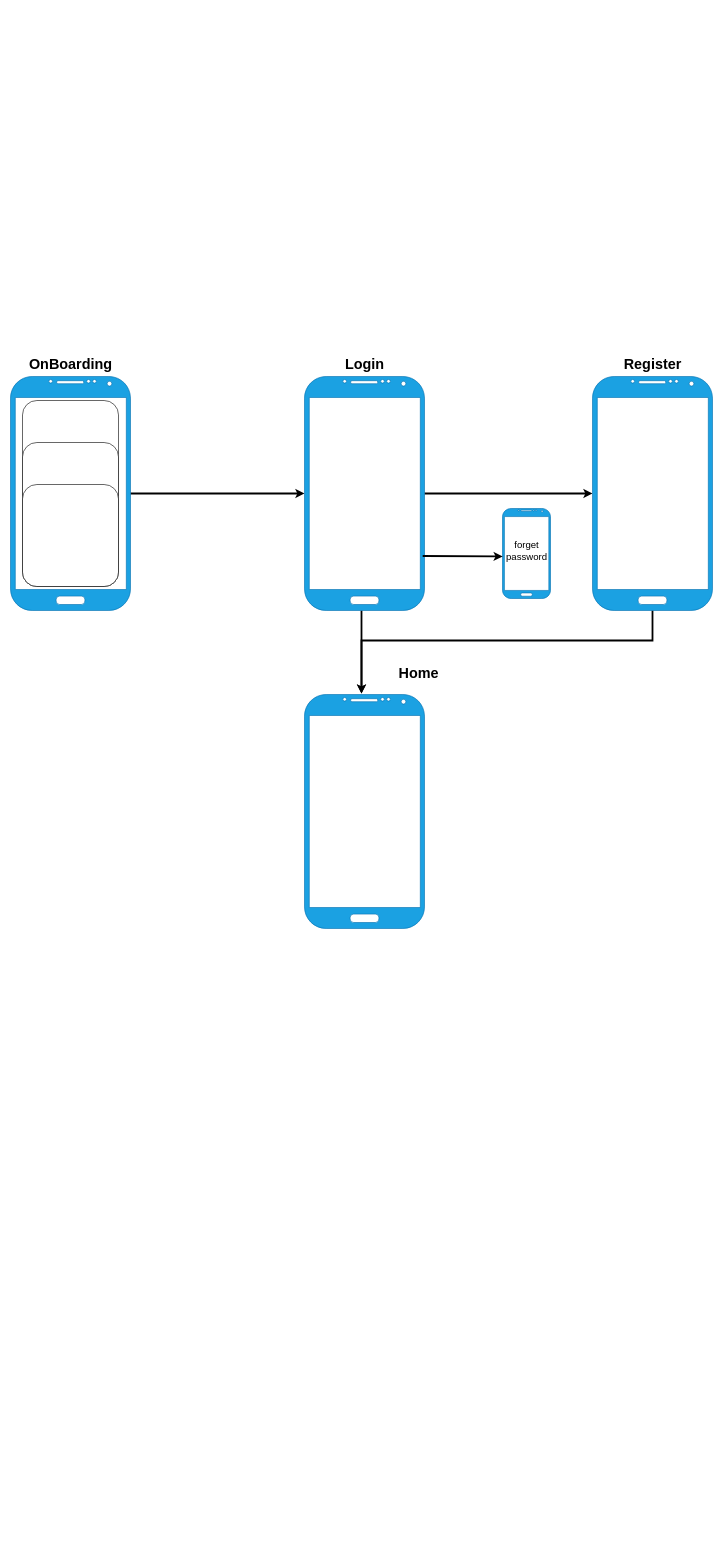
nezarab404/PL_project keeps this draw.io diagram as project.drawio. Above is the earlier version. Source tidied: cells renumbered, new cells numbered last; positions are measured from the earlier drawing's top-left corner, leaving out a move shared by most shapes. Both pictures are drawn from the tidied source at 60%, with x=0, y=0 at pixel (10, 355).
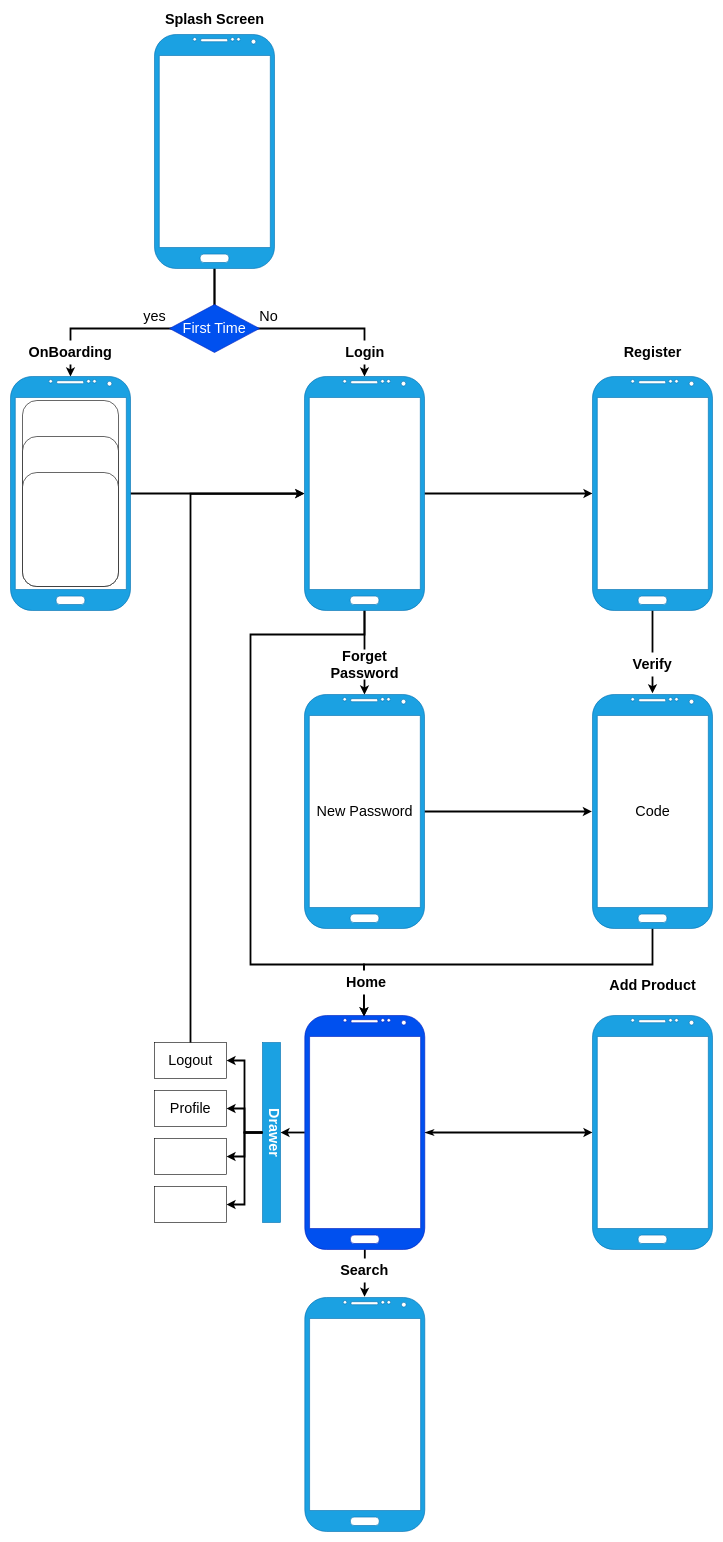
Above is the later version.

Commit message:
finishing first level

The edit, as a diff of the source:
```diff
@@
-    <mxCell id="2" style="edgeStyle=orthogonalEdgeStyle;rounded=0;jettySize=auto;html=1;fontSize=16;strokeWidth=3;" parent="1" edge="1" source="3" target="10">
+    <mxCell id="2" style="edgeStyle=orthogonalEdgeStyle;jettySize=auto;html=1;fontSize=16;strokeWidth=3;rounded=0;" parent="1" edge="1" source="3" target="10">
       <mxGeometry relative="1" as="geometry" />
     </mxCell>
+    <mxCell id="20" style="edgeStyle=orthogonalEdgeStyle;jettySize=auto;html=1;fontSize=24;startArrow=classic;startFill=1;endArrow=none;endFill=0;strokeWidth=3;rounded=0;" parent="1" edge="1" source="3" target="49">
+      <mxGeometry relative="1" as="geometry">
+        <Array as="points">
+          <mxPoint x="100" y="-45" />
+          <mxPoint x="340" y="-45" />
+        </Array>
+      </mxGeometry>
+    </mxCell>
-    <mxCell id="3" style="verticalLabelPosition=bottom;verticalAlign=top;html=1;shadow=0;dashed=0;strokeWidth=1;shape=mxgraph.android.phone2;strokeColor=#006EAF;fillColor=#1ba1e2;fontColor=#ffffff;" parent="1" vertex="1">
+    <mxCell id="3" style="verticalLabelPosition=bottom;verticalAlign=top;html=1;shadow=0;dashed=0;strokeWidth=1;shape=mxgraph.android.phone2;strokeColor=#006EAF;fillColor=#1ba1e2;fontColor=#ffffff;rounded=0;" parent="1" vertex="1">
       <mxGeometry y="35" width="200" height="390" as="geometry" />
     </mxCell>
-    <mxCell id="4" value="&lt;font style=&quot;font-size: 24px&quot;&gt;&lt;b&gt;OnBoarding&lt;/b&gt;&lt;/font&gt;" style="text;html=1;align=center;verticalAlign=middle;strokeColor=none;fillColor=none;" parent="1" vertex="1">
-      <mxGeometry x="25" y="5" width="150" height="20" as="geometry" />
-    </mxCell>
-    <mxCell id="5" style="rounded=1;whiteSpace=wrap;html=1;fontSize=16;" parent="1" vertex="1">
+    <mxCell id="5" style="whiteSpace=wrap;html=1;fontSize=16;rounded=1;" parent="1" vertex="1">
       <mxGeometry x="20" y="75" width="160" height="310" as="geometry" />
     </mxCell>
-    <mxCell id="6" style="rounded=1;whiteSpace=wrap;html=1;fontSize=16;" parent="1" vertex="1">
-      <mxGeometry x="20" y="145" width="160" height="240" as="geometry" />
+    <mxCell id="6" style="whiteSpace=wrap;html=1;fontSize=16;rounded=1;" parent="1" vertex="1">
+      <mxGeometry x="20" y="135" width="160" height="250" as="geometry" />
     </mxCell>
-    <mxCell id="7" style="rounded=1;whiteSpace=wrap;html=1;fontSize=16;" parent="1" vertex="1">
-      <mxGeometry x="20" y="215" width="160" height="170" as="geometry" />
+    <mxCell id="7" style="whiteSpace=wrap;html=1;fontSize=16;rounded=1;" parent="1" vertex="1">
+      <mxGeometry x="20" y="195" width="160" height="190" as="geometry" />
     </mxCell>
-    <mxCell id="8" style="edgeStyle=orthogonalEdgeStyle;rounded=0;jettySize=auto;html=1;fontSize=16;strokeWidth=3;" parent="1" edge="1" source="10" target="13">
+    <mxCell id="8" style="edgeStyle=orthogonalEdgeStyle;jettySize=auto;html=1;fontSize=16;strokeWidth=3;rounded=0;" parent="1" edge="1" source="10" target="13">
       <mxGeometry relative="1" as="geometry" />
     </mxCell>
+    <mxCell id="21" style="edgeStyle=orthogonalEdgeStyle;jettySize=auto;html=1;entryX=0.5;entryY=0;entryDx=0;entryDy=0;entryPerimeter=0;fontSize=24;strokeWidth=3;rounded=0;" parent="1" edge="1" source="10" target="33">
+      <mxGeometry relative="1" as="geometry" />
+    </mxCell>
-    <mxCell id="9" style="edgeStyle=orthogonalEdgeStyle;rounded=0;jettySize=auto;html=1;entryX=0.475;entryY=-0.004;entryDx=0;entryDy=0;entryPerimeter=0;fontSize=24;strokeWidth=3;" parent="1" edge="1" source="10" target="15">
+    <mxCell id="9" style="edgeStyle=orthogonalEdgeStyle;jettySize=auto;html=1;fontSize=24;startArrow=none;startFill=0;endArrow=classic;endFill=1;strokeWidth=3;entryX=0.494;entryY=0.004;entryDx=0;entryDy=0;entryPerimeter=0;rounded=0;" parent="1" edge="1" source="10" target="15">
       <mxGeometry relative="1" as="geometry">
         <Array as="points">
-          <mxPoint x="585" y="445" />
-          <mxPoint x="585" y="445" />
+          <mxPoint x="590" y="465" />
+          <mxPoint x="400" y="465" />
+          <mxPoint x="400" y="1015" />
+          <mxPoint x="589" y="1015" />
+          <mxPoint x="589" y="1085" />
+          <mxPoint x="589" y="1085" />
         </Array>
       </mxGeometry>
     </mxCell>
+    <mxCell id="22" style="edgeStyle=orthogonalEdgeStyle;jettySize=auto;html=1;fontSize=24;startArrow=classic;startFill=1;endArrow=none;endFill=0;strokeWidth=3;rounded=0;" parent="1" edge="1" source="10">
+      <mxGeometry relative="1" as="geometry">
+        <mxPoint x="340" y="-145" as="targetPoint" />
+        <Array as="points">
+          <mxPoint x="590" y="-45" />
+          <mxPoint x="340" y="-45" />
+        </Array>
+      </mxGeometry>
+    </mxCell>
-    <mxCell id="10" style="verticalLabelPosition=bottom;verticalAlign=top;html=1;shadow=0;dashed=0;strokeWidth=1;shape=mxgraph.android.phone2;strokeColor=#006EAF;fillColor=#1ba1e2;fontColor=#ffffff;" parent="1" vertex="1">
+    <mxCell id="10" style="verticalLabelPosition=bottom;verticalAlign=top;html=1;shadow=0;dashed=0;strokeWidth=1;shape=mxgraph.android.phone2;strokeColor=#006EAF;fillColor=#1ba1e2;fontColor=#ffffff;rounded=0;" parent="1" vertex="1">
       <mxGeometry x="490" y="35" width="200" height="390" as="geometry" />
     </mxCell>
-    <mxCell id="11" value="&lt;font style=&quot;font-size: 24px&quot;&gt;&lt;b&gt;Login&lt;/b&gt;&lt;/font&gt;" style="text;html=1;align=center;verticalAlign=middle;strokeColor=none;fillColor=none;fontSize=16;" parent="1" vertex="1">
-      <mxGeometry x="550" width="80" height="30" as="geometry" />
-    </mxCell>
-    <mxCell id="12" style="edgeStyle=orthogonalEdgeStyle;rounded=0;jettySize=auto;html=1;entryX=0.475;entryY=-0.004;entryDx=0;entryDy=0;entryPerimeter=0;fontSize=24;strokeWidth=3;" parent="1" edge="1" source="13" target="15">
-      <mxGeometry relative="1" as="geometry">
-        <Array as="points">
-          <mxPoint x="1070" y="475" />
-          <mxPoint x="585" y="475" />
-        </Array>
-      </mxGeometry>
-    </mxCell>
+    <mxCell id="23" style="edgeStyle=orthogonalEdgeStyle;jettySize=auto;html=1;strokeWidth=3;rounded=0;" parent="1" edge="1" source="13">
+      <mxGeometry relative="1" as="geometry">
+        <mxPoint x="1070" y="563" as="targetPoint" />
+        <Array as="points">
+          <mxPoint x="1070" y="515" />
+          <mxPoint x="1070" y="515" />
+        </Array>
+      </mxGeometry>
+    </mxCell>
-    <mxCell id="13" style="verticalLabelPosition=bottom;verticalAlign=top;html=1;shadow=0;dashed=0;strokeWidth=1;shape=mxgraph.android.phone2;strokeColor=#006EAF;fillColor=#1ba1e2;fontColor=#ffffff;" parent="1" vertex="1">
+    <mxCell id="13" style="verticalLabelPosition=bottom;verticalAlign=top;html=1;shadow=0;dashed=0;strokeWidth=1;shape=mxgraph.android.phone2;strokeColor=#006EAF;fillColor=#1ba1e2;fontColor=#ffffff;rounded=0;" parent="1" vertex="1">
       <mxGeometry x="970" y="35" width="200" height="390" as="geometry" />
     </mxCell>
-    <mxCell id="14" value="&lt;font style=&quot;font-size: 24px&quot;&gt;&lt;b&gt;Register&lt;/b&gt;&lt;/font&gt;" style="text;html=1;align=center;verticalAlign=middle;strokeColor=none;fillColor=none;fontSize=16;" parent="1" vertex="1">
-      <mxGeometry x="1015" width="110" height="30" as="geometry" />
+    <mxCell id="14" value="&lt;font style=&quot;font-size: 24px&quot;&gt;&lt;b&gt;Register&lt;/b&gt;&lt;/font&gt;" style="text;html=1;align=center;verticalAlign=middle;strokeColor=none;fillColor=none;fontSize=16;rounded=0;" parent="1" vertex="1">
+      <mxGeometry x="1015" y="-20" width="110" height="30" as="geometry" />
     </mxCell>
+    <mxCell id="24" style="edgeStyle=orthogonalEdgeStyle;jettySize=auto;html=1;fontSize=24;strokeWidth=3;startArrow=classicThin;startFill=0;rounded=0;" parent="1" edge="1" source="15" target="27">
+      <mxGeometry relative="1" as="geometry" />
+    </mxCell>
+    <mxCell id="25" style="edgeStyle=orthogonalEdgeStyle;jettySize=auto;html=1;fontSize=24;startArrow=none;startFill=0;strokeWidth=3;rounded=0;" parent="1" edge="1" source="15" target="37">
+      <mxGeometry relative="1" as="geometry" />
+    </mxCell>
+    <mxCell id="26" style="edgeStyle=orthogonalEdgeStyle;jettySize=auto;html=1;entryX=0.498;entryY=-0.003;entryDx=0;entryDy=0;entryPerimeter=0;fontSize=24;startArrow=none;startFill=0;endArrow=classic;endFill=1;strokeWidth=3;rounded=0;" parent="1" edge="1" source="15" target="47">
+      <mxGeometry relative="1" as="geometry" />
+    </mxCell>
-    <mxCell id="15" style="verticalLabelPosition=bottom;verticalAlign=top;html=1;shadow=0;dashed=0;strokeWidth=1;shape=mxgraph.android.phone2;strokeColor=#006EAF;fillColor=#1ba1e2;fontColor=#ffffff;" parent="1" vertex="1">
-      <mxGeometry x="490" y="565" width="200" height="390" as="geometry" />
+    <mxCell id="15" style="verticalLabelPosition=bottom;verticalAlign=top;html=1;shadow=0;dashed=0;strokeWidth=1;shape=mxgraph.android.phone2;strokeColor=#001DBC;fillColor=#0050ef;fontColor=#ffffff;rounded=0;" parent="1" vertex="1">
+      <mxGeometry x="490.5" y="1100" width="200" height="390" as="geometry" />
     </mxCell>
+    <mxCell id="27" style="verticalLabelPosition=bottom;verticalAlign=top;html=1;shadow=0;dashed=0;strokeWidth=1;shape=mxgraph.android.phone2;strokeColor=#006EAF;fillColor=#1ba1e2;fontColor=#ffffff;rounded=0;" parent="1" vertex="1">
+      <mxGeometry x="970" y="1100" width="200" height="390" as="geometry" />
+    </mxCell>
+    <mxCell id="28" value="&lt;b&gt;Add Product&lt;/b&gt;" style="text;html=1;align=center;verticalAlign=middle;strokeColor=none;fillColor=none;fontSize=24;rounded=0;" parent="1" vertex="1">
+      <mxGeometry x="990" y="1035" width="160" height="30" as="geometry" />
+    </mxCell>
+    <mxCell id="29" style="edgeStyle=orthogonalEdgeStyle;jettySize=auto;html=1;entryX=0.493;entryY=0.004;entryDx=0;entryDy=0;entryPerimeter=0;fontSize=24;strokeWidth=3;rounded=0;" parent="1" edge="1" source="30" target="15">
+      <mxGeometry relative="1" as="geometry">
+        <Array as="points">
+          <mxPoint x="1070" y="1015" />
+          <mxPoint x="589" y="1015" />
+        </Array>
+      </mxGeometry>
+    </mxCell>
+    <mxCell id="30" style="verticalLabelPosition=bottom;verticalAlign=top;html=1;shadow=0;dashed=0;strokeWidth=1;shape=mxgraph.android.phone2;strokeColor=#006EAF;fillColor=#1ba1e2;fontColor=#ffffff;rounded=0;" parent="1" vertex="1">
+      <mxGeometry x="970" y="565" width="200" height="390" as="geometry" />
+    </mxCell>
+    <mxCell id="31" value="&lt;font style=&quot;font-size: 24px&quot;&gt;&lt;b&gt;Verify&lt;/b&gt;&lt;/font&gt;" style="whiteSpace=wrap;html=1;strokeColor=none;rounded=0;" parent="1" vertex="1">
+      <mxGeometry x="1020" y="495" width="100" height="40" as="geometry" />
+    </mxCell>
+    <mxCell id="32" style="edgeStyle=orthogonalEdgeStyle;jettySize=auto;html=1;entryX=-0.005;entryY=0.5;entryDx=0;entryDy=0;entryPerimeter=0;fontSize=24;strokeWidth=3;rounded=0;" parent="1" edge="1" source="33" target="30">
+      <mxGeometry relative="1" as="geometry" />
+    </mxCell>
+    <mxCell id="33" style="verticalLabelPosition=bottom;verticalAlign=top;html=1;shadow=0;dashed=0;strokeWidth=1;shape=mxgraph.android.phone2;strokeColor=#006EAF;fillColor=#1ba1e2;fontColor=#ffffff;rounded=0;" parent="1" vertex="1">
+      <mxGeometry x="490" y="565" width="200" height="390" as="geometry" />
+    </mxCell>
+    <mxCell id="34" value="&lt;b&gt;Forget Password&lt;/b&gt;" style="whiteSpace=wrap;html=1;fontSize=24;strokeColor=none;rounded=0;" parent="1" vertex="1">
+      <mxGeometry x="533" y="490" width="115" height="50" as="geometry" />
+    </mxCell>
-    <mxCell id="16" value="&lt;font style=&quot;font-size: 24px&quot;&gt;&lt;b&gt;Home&lt;/b&gt;&lt;/font&gt;" style="text;html=1;align=center;verticalAlign=middle;strokeColor=none;fillColor=none;fontSize=16;" parent="1" vertex="1">
-      <mxGeometry x="640" y="515" width="80" height="30" as="geometry" />
+    <mxCell id="16" value="&lt;b&gt;Home&lt;/b&gt;" style="whiteSpace=wrap;html=1;fontSize=24;strokeColor=none;rounded=0;" parent="1" vertex="1">
+      <mxGeometry x="538" y="1025" width="110" height="40" as="geometry" />
     </mxCell>
-    <mxCell id="17" style="verticalLabelPosition=bottom;verticalAlign=top;html=1;shadow=0;dashed=0;strokeWidth=1;shape=mxgraph.android.phone2;strokeColor=#006EAF;fillColor=#1ba1e2;fontColor=#ffffff;" parent="1" vertex="1">
-      <mxGeometry x="820" y="255" width="80" height="150" as="geometry" />
-    </mxCell>
-    <mxCell id="18" value="forget &lt;br&gt;password" style="text;html=1;align=center;verticalAlign=middle;points=[];strokeColor=none;fillColor=none;fontSize=16;" parent="1" vertex="1">
-      <mxGeometry x="820" y="305" width="80" height="40" as="geometry" />
-    </mxCell>
-    <mxCell id="19" style="endArrow=classic;html=1;rounded=0;fontSize=24;strokeWidth=3;exitX=0.985;exitY=0.767;exitDx=0;exitDy=0;exitPerimeter=0;entryX=0.004;entryY=0.746;entryDx=0;entryDy=0;entryPerimeter=0;" parent="1" edge="1" source="10" target="18">
-      <mxGeometry relative="1" as="geometry" />
-    </mxCell>
+    <mxCell id="35" value="New Password" style="text;html=1;align=center;verticalAlign=middle;strokeColor=none;fillColor=none;fontSize=24;rounded=0;" parent="1" vertex="1">
+      <mxGeometry x="500" y="745" width="180" height="30" as="geometry" />
+    </mxCell>
+    <mxCell id="36" value="Code" style="text;html=1;align=center;verticalAlign=middle;strokeColor=none;fillColor=none;fontSize=24;rounded=0;" parent="1" vertex="1">
+      <mxGeometry x="1035" y="745" width="70" height="30" as="geometry" />
+    </mxCell>
+    <mxCell id="37" style="whiteSpace=wrap;html=1;shadow=0;dashed=0;fontColor=#ffffff;verticalAlign=top;strokeColor=#006EAF;strokeWidth=1;fillColor=#1ba1e2;rounded=0;" parent="1" vertex="1">
+      <mxGeometry x="420" y="1145" width="30" height="300" as="geometry" />
+    </mxCell>
+    <mxCell id="38" style="edgeStyle=orthogonalEdgeStyle;jettySize=auto;html=1;fontSize=24;startArrow=classic;startFill=1;strokeWidth=3;endArrow=none;endFill=0;rounded=0;" parent="1" edge="1" source="39" target="37">
+      <mxGeometry relative="1" as="geometry" />
+    </mxCell>
+    <mxCell id="39" value="Logout" style="whiteSpace=wrap;html=1;fontSize=24;rounded=0;" parent="1" vertex="1">
+      <mxGeometry x="240" y="1145" width="120" height="60" as="geometry" />
+    </mxCell>
+    <mxCell id="40" style="edgeStyle=orthogonalEdgeStyle;jettySize=auto;html=1;entryX=0;entryY=0.5;entryDx=0;entryDy=0;fontSize=24;startArrow=classic;startFill=1;endArrow=none;endFill=0;strokeWidth=3;rounded=0;" parent="1" edge="1" source="41" target="37">
+      <mxGeometry relative="1" as="geometry" />
+    </mxCell>
+    <mxCell id="41" value="Profile" style="whiteSpace=wrap;html=1;fontSize=24;rounded=0;" parent="1" vertex="1">
+      <mxGeometry x="240" y="1225" width="120" height="60" as="geometry" />
+    </mxCell>
+    <mxCell id="42" style="edgeStyle=orthogonalEdgeStyle;jettySize=auto;html=1;entryX=0;entryY=0.5;entryDx=0;entryDy=0;fontSize=24;startArrow=classic;startFill=1;endArrow=none;endFill=0;strokeWidth=3;rounded=0;" parent="1" edge="1" source="43" target="37">
+      <mxGeometry relative="1" as="geometry" />
+    </mxCell>
+    <mxCell id="43" style="whiteSpace=wrap;html=1;fontSize=24;rounded=0;" parent="1" vertex="1">
+      <mxGeometry x="240" y="1305" width="120" height="60" as="geometry" />
+    </mxCell>
+    <mxCell id="44" style="edgeStyle=orthogonalEdgeStyle;jettySize=auto;html=1;entryX=0;entryY=0.5;entryDx=0;entryDy=0;fontSize=24;startArrow=classic;startFill=1;endArrow=none;endFill=0;strokeWidth=3;rounded=0;" parent="1" edge="1" source="46" target="37">
+      <mxGeometry relative="1" as="geometry" />
+    </mxCell>
+    <mxCell id="45" style="edgeStyle=orthogonalEdgeStyle;jettySize=auto;html=1;entryX=-0.002;entryY=0.501;entryDx=0;entryDy=0;entryPerimeter=0;fontSize=24;startArrow=none;startFill=0;endArrow=classic;endFill=1;strokeWidth=3;exitX=0.5;exitY=0;exitDx=0;exitDy=0;rounded=0;" parent="1" edge="1" source="39" target="10">
+      <mxGeometry relative="1" as="geometry">
+        <Array as="points">
+          <mxPoint x="300" y="230" />
+        </Array>
+      </mxGeometry>
+    </mxCell>
+    <mxCell id="46" style="whiteSpace=wrap;html=1;fontSize=24;rounded=0;" parent="1" vertex="1">
+      <mxGeometry x="240" y="1385" width="120" height="60" as="geometry" />
+    </mxCell>
+    <mxCell id="47" style="verticalLabelPosition=bottom;verticalAlign=top;html=1;shadow=0;dashed=0;strokeWidth=1;shape=mxgraph.android.phone2;strokeColor=#006EAF;fillColor=#1ba1e2;fontColor=#ffffff;rounded=0;" parent="1" vertex="1">
+      <mxGeometry x="490.5" y="1570" width="200" height="390" as="geometry" />
+    </mxCell>
+    <mxCell id="48" value="&lt;b&gt;Search&lt;/b&gt;" style="whiteSpace=wrap;html=1;fontSize=24;strokeColor=none;rounded=0;" parent="1" vertex="1">
+      <mxGeometry x="530" y="1505" width="120" height="40" as="geometry" />
+    </mxCell>
+    <mxCell id="49" style="verticalLabelPosition=bottom;verticalAlign=top;html=1;shadow=0;dashed=0;strokeWidth=1;shape=mxgraph.android.phone2;strokeColor=#006EAF;fillColor=#1ba1e2;fontColor=#ffffff;rounded=0;" parent="1" vertex="1">
+      <mxGeometry x="240" y="-535" width="200" height="390" as="geometry" />
+    </mxCell>
+    <mxCell id="4" value="&lt;b&gt;OnBoarding&lt;/b&gt;" style="whiteSpace=wrap;html=1;fontSize=24;strokeColor=none;rounded=0;" parent="1" vertex="1">
+      <mxGeometry x="25" y="-25" width="150" height="40" as="geometry" />
+    </mxCell>
+    <mxCell id="11" value="&lt;b&gt;Login&lt;/b&gt;" style="whiteSpace=wrap;html=1;fontSize=24;strokeColor=none;rounded=0;" parent="1" vertex="1">
+      <mxGeometry x="530.5" y="-25" width="120" height="40" as="geometry" />
+    </mxCell>
+    <mxCell id="50" value="&lt;b&gt;Splash Screen&lt;/b&gt;" style="text;html=1;align=center;verticalAlign=middle;strokeColor=none;fillColor=none;fontSize=24;rounded=0;" parent="1" vertex="1">
+      <mxGeometry x="250" y="-575" width="180" height="30" as="geometry" />
+    </mxCell>
+    <mxCell id="51" value="First Time" style="rhombus;whiteSpace=wrap;html=1;fontSize=24;rounded=0;fillColor=#0050ef;fontColor=#ffffff;strokeColor=#001DBC;" parent="1" vertex="1">
+      <mxGeometry x="265" y="-85" width="150" height="80" as="geometry" />
+    </mxCell>
+    <mxCell id="52" value="yes" style="text;html=1;align=center;verticalAlign=middle;strokeColor=none;fillColor=none;fontSize=24;rounded=0;" parent="1" vertex="1">
+      <mxGeometry x="215" y="-80" width="50" height="30" as="geometry" />
+    </mxCell>
+    <mxCell id="53" value="No" style="text;html=1;align=center;verticalAlign=middle;strokeColor=none;fillColor=none;fontSize=24;rounded=0;" parent="1" vertex="1">
+      <mxGeometry x="405" y="-80" width="50" height="30" as="geometry" />
+    </mxCell>
+    <mxCell id="54" value="&lt;b&gt;&lt;font color=&quot;#ffffff&quot;&gt;Drawer&lt;/font&gt;&lt;/b&gt;" style="text;html=1;align=center;verticalAlign=middle;strokeColor=none;fillColor=none;fontSize=24;rotation=90;rounded=0;" parent="1" vertex="1">
+      <mxGeometry x="390" y="1280" width="100" height="30" as="geometry" />
+    </mxCell>
```
